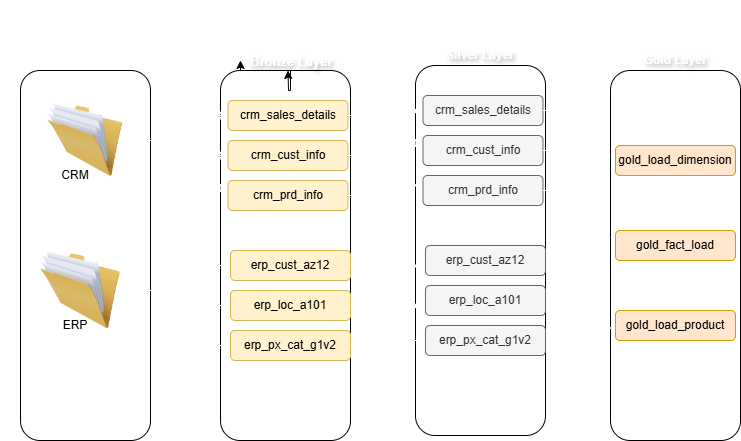
Earlier version of the draw.io export Data_flow.png (wolethomas78/sql_datawarehouse_project). Source tidied: cells renumbered, new cells last; positions are measured from the earlier drawing's top-left corner, leaving out a move shared by most shapes.
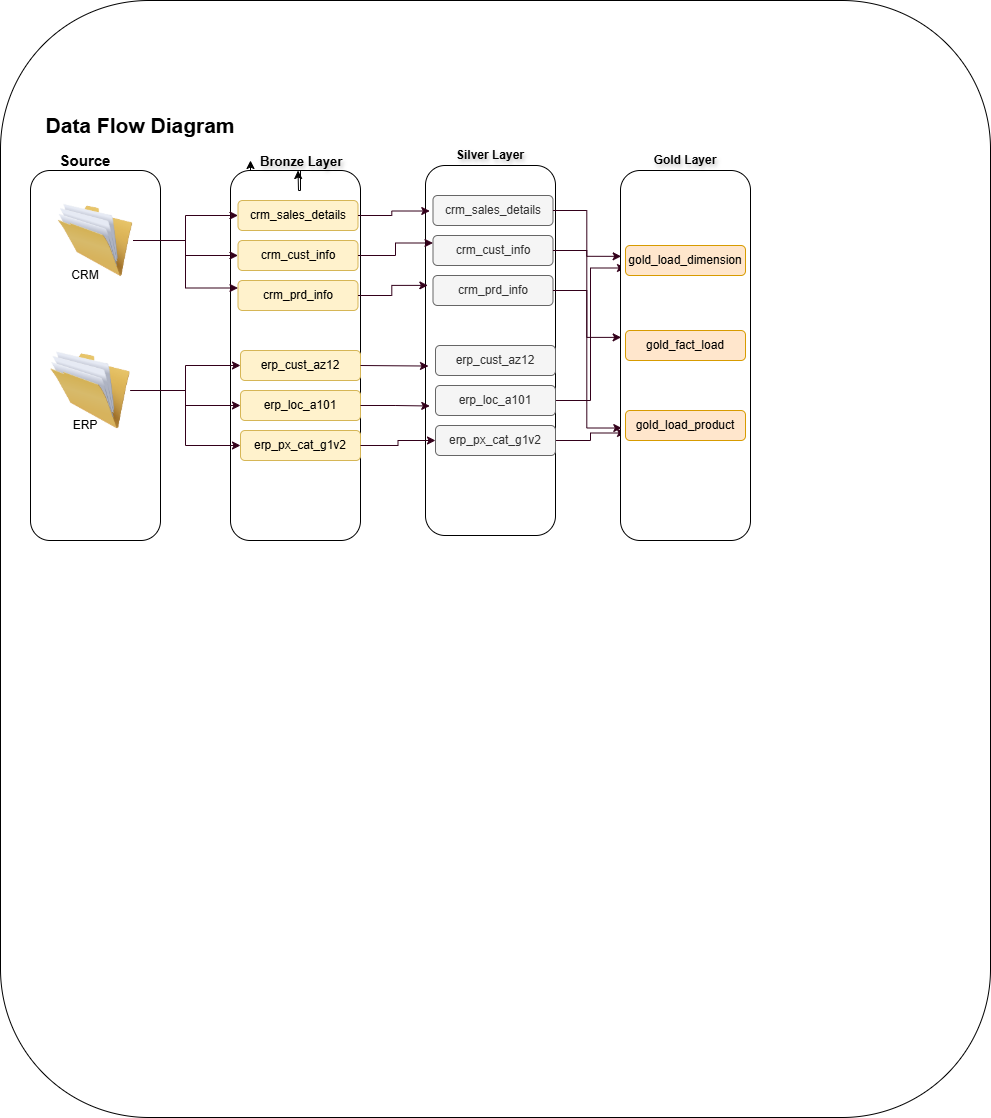
The same diagram one commit later.

What changed in the source:
```diff
@@ -2,13 +2,16 @@
   <root>
     <mxCell id="0" />
     <mxCell id="1" parent="0" />
+    <mxCell id="52" style="rounded=1;whiteSpace=wrap;html=1;fontColor=#000000;" parent="1" vertex="1">
+      <mxGeometry x="-10" y="-100" width="990" height="1117" as="geometry" />
+    </mxCell>
-    <mxCell id="2" value="&lt;b&gt;&lt;font style=&quot;font-size: 21px;&quot;&gt;Data Flow Diagram&lt;/font&gt;&lt;/b&gt;" style="text;html=1;align=center;verticalAlign=middle;whiteSpace=wrap;rounded=0;fontColor=#FFFFFF;" parent="1" vertex="1">
+    <mxCell id="2" value="&lt;b&gt;&lt;font style=&quot;font-size: 21px;&quot;&gt;Data Flow Diagram&lt;/font&gt;&lt;/b&gt;" style="text;html=1;align=center;verticalAlign=middle;whiteSpace=wrap;rounded=0;fontColor=#000000;" parent="1" vertex="1">
       <mxGeometry width="260" height="50" as="geometry" />
     </mxCell>
-    <mxCell id="3" value="Source" style="text;html=1;align=center;verticalAlign=middle;whiteSpace=wrap;rounded=0;fontSize=15;fontStyle=1;fontColor=#FFFFFF;" parent="1" vertex="1">
+    <mxCell id="3" value="Source" style="text;html=1;align=center;verticalAlign=middle;whiteSpace=wrap;rounded=0;fontSize=15;fontStyle=1;fontColor=#000000;" parent="1" vertex="1">
       <mxGeometry x="45" y="50" width="60" height="20" as="geometry" />
     </mxCell>
-    <mxCell id="4" style="group;" parent="1" vertex="1">
+    <mxCell id="4" style="group;fontColor=#000000;" parent="1" vertex="1">
       <mxGeometry x="220" y="50" width="130" height="390" as="geometry" />
     </mxCell>
     <mxCell id="5" style="rounded=1;whiteSpace=wrap;html=1;" parent="4" vertex="1">
@@ -24,7 +27,7 @@
         <mxPoint x="20" y="10" as="targetPoint" />
       </mxGeometry>
     </mxCell>
-    <mxCell id="8" value="&lt;font style=&quot;font-size: 13px;&quot;&gt;Bronze Layer&lt;/font&gt;" style="text;html=1;align=left;verticalAlign=middle;whiteSpace=wrap;rounded=0;fontSize=15;fontStyle=1;textShadow=1;fontColor=#FFFFFF;" parent="4" vertex="1">
+    <mxCell id="8" value="&lt;font style=&quot;font-size: 13px;&quot;&gt;Bronze Layer&lt;/font&gt;" style="text;html=1;align=left;verticalAlign=middle;whiteSpace=wrap;rounded=0;fontSize=15;fontStyle=1;textShadow=1;fontColor=#000000;" parent="4" vertex="1">
       <mxGeometry x="27.5" width="85" height="20" as="geometry" />
     </mxCell>
     <mxCell id="9" value="crm_sales_details" style="rounded=1;whiteSpace=wrap;html=1;fillColor=#fff2cc;strokeColor=#d6b656;" parent="4" vertex="1">
@@ -63,25 +66,25 @@
     <mxCell id="20" value="ERP" style="text;html=1;align=center;verticalAlign=middle;whiteSpace=wrap;rounded=0;" parent="15" vertex="1">
       <mxGeometry x="25" y="240" width="60" height="30" as="geometry" />
     </mxCell>
-    <mxCell id="21" style="edgeStyle=orthogonalEdgeStyle;rounded=0;jettySize=auto;html=1;strokeColor=#FFFFFF;" parent="1" edge="1" source="17" target="9">
+    <mxCell id="21" style="edgeStyle=orthogonalEdgeStyle;rounded=0;jettySize=auto;html=1;strokeColor=#33001A;fontColor=#000000;" parent="1" edge="1" source="17" target="9">
       <mxGeometry relative="1" as="geometry" />
     </mxCell>
-    <mxCell id="22" style="edgeStyle=orthogonalEdgeStyle;rounded=0;jettySize=auto;html=1;strokeColor=#FFFFFF;" parent="1" edge="1" source="17" target="10">
+    <mxCell id="22" style="edgeStyle=orthogonalEdgeStyle;rounded=0;jettySize=auto;html=1;strokeColor=#33001A;fontColor=#000000;" parent="1" edge="1" source="17" target="10">
       <mxGeometry relative="1" as="geometry" />
     </mxCell>
-    <mxCell id="23" style="edgeStyle=orthogonalEdgeStyle;rounded=0;jettySize=auto;html=1;entryX=0;entryY=0.25;entryDx=0;entryDy=0;strokeColor=#FFFFFF;" parent="1" edge="1" source="17" target="11">
+    <mxCell id="23" style="edgeStyle=orthogonalEdgeStyle;rounded=0;jettySize=auto;html=1;entryX=0;entryY=0.25;entryDx=0;entryDy=0;strokeColor=#33001A;fontColor=#33001A;" parent="1" edge="1" source="17" target="11">
       <mxGeometry relative="1" as="geometry" />
     </mxCell>
-    <mxCell id="24" style="edgeStyle=orthogonalEdgeStyle;rounded=0;jettySize=auto;html=1;strokeColor=#FFFFFF;" parent="1" edge="1" source="18" target="13">
+    <mxCell id="24" style="edgeStyle=orthogonalEdgeStyle;rounded=0;jettySize=auto;html=1;strokeColor=#33001A;fontColor=#000000;" parent="1" edge="1" source="18" target="13">
       <mxGeometry relative="1" as="geometry" />
     </mxCell>
-    <mxCell id="25" style="edgeStyle=orthogonalEdgeStyle;rounded=0;jettySize=auto;html=1;entryX=0;entryY=0.5;entryDx=0;entryDy=0;strokeColor=#FFFFFF;" parent="1" edge="1" source="18" target="12">
+    <mxCell id="25" style="edgeStyle=orthogonalEdgeStyle;rounded=0;jettySize=auto;html=1;entryX=0;entryY=0.5;entryDx=0;entryDy=0;strokeColor=#33001A;fontColor=#000000;" parent="1" edge="1" source="18" target="12">
       <mxGeometry relative="1" as="geometry" />
     </mxCell>
-    <mxCell id="26" style="edgeStyle=orthogonalEdgeStyle;rounded=0;jettySize=auto;html=1;strokeColor=#FFFFFF;" parent="1" edge="1" source="18" target="14">
+    <mxCell id="26" style="edgeStyle=orthogonalEdgeStyle;rounded=0;jettySize=auto;html=1;strokeColor=#33001A;fontColor=#000000;" parent="1" edge="1" source="18" target="14">
       <mxGeometry relative="1" as="geometry" />
     </mxCell>
-    <mxCell id="27" style="rounded=1;whiteSpace=wrap;html=1;" parent="1" vertex="1">
+    <mxCell id="27" style="rounded=1;whiteSpace=wrap;html=1;fontColor=#000000;" parent="1" vertex="1">
       <mxGeometry x="415" y="65" width="130" height="370" as="geometry" />
     </mxCell>
     <mxCell id="28" value="crm_sales_details" style="rounded=1;whiteSpace=wrap;html=1;fillColor=#f5f5f5;strokeColor=#666666;fontColor=#333333;" parent="1" vertex="1">
@@ -93,43 +96,43 @@
     <mxCell id="30" value="crm_prd_info" style="rounded=1;whiteSpace=wrap;html=1;fillColor=#f5f5f5;strokeColor=#666666;fontColor=#333333;" parent="1" vertex="1">
       <mxGeometry x="422.5" y="175" width="120" height="30" as="geometry" />
     </mxCell>
-    <mxCell id="31" style="edgeStyle=orthogonalEdgeStyle;rounded=0;jettySize=auto;html=1;entryX=0;entryY=0.25;entryDx=0;entryDy=0;strokeColor=#FFFFFF;" parent="1" edge="1" source="32" target="44">
+    <mxCell id="31" style="edgeStyle=orthogonalEdgeStyle;rounded=0;jettySize=auto;html=1;entryX=0;entryY=0.25;entryDx=0;entryDy=0;strokeColor=#FFFFFF;fontColor=#000000;" parent="1" edge="1" source="32" target="44">
       <mxGeometry relative="1" as="geometry" />
     </mxCell>
     <mxCell id="32" value="erp_cust_az12" style="rounded=1;whiteSpace=wrap;html=1;fillColor=#f5f5f5;strokeColor=#666666;fontColor=#333333;" parent="1" vertex="1">
       <mxGeometry x="425" y="245" width="120" height="30" as="geometry" />
     </mxCell>
-    <mxCell id="33" style="edgeStyle=orthogonalEdgeStyle;rounded=0;jettySize=auto;html=1;entryX=0;entryY=0.75;entryDx=0;entryDy=0;strokeColor=#FFFFFF;" parent="1" edge="1" source="34" target="45">
+    <mxCell id="33" style="edgeStyle=orthogonalEdgeStyle;rounded=0;jettySize=auto;html=1;entryX=0;entryY=0.75;entryDx=0;entryDy=0;strokeColor=#33001A;fontColor=#000000;" parent="1" edge="1" source="34" target="45">
       <mxGeometry relative="1" as="geometry" />
     </mxCell>
     <mxCell id="34" value="erp_loc_a101" style="rounded=1;whiteSpace=wrap;html=1;fillColor=#f5f5f5;strokeColor=#666666;fontColor=#333333;" parent="1" vertex="1">
       <mxGeometry x="425" y="285" width="120" height="30" as="geometry" />
     </mxCell>
-    <mxCell id="35" style="edgeStyle=orthogonalEdgeStyle;rounded=0;jettySize=auto;html=1;entryX=0;entryY=0.75;entryDx=0;entryDy=0;strokeColor=#FFFFFF;" parent="1" edge="1" source="36" target="47">
+    <mxCell id="35" style="edgeStyle=orthogonalEdgeStyle;rounded=0;jettySize=auto;html=1;entryX=0;entryY=0.75;entryDx=0;entryDy=0;strokeColor=#33001A;fontColor=#000000;" parent="1" edge="1" source="36" target="47">
       <mxGeometry relative="1" as="geometry" />
     </mxCell>
     <mxCell id="36" value="erp_px_cat_g1v2" style="rounded=1;whiteSpace=wrap;html=1;fillColor=#f5f5f5;strokeColor=#666666;fontColor=#333333;" parent="1" vertex="1">
       <mxGeometry x="425" y="325" width="120" height="30" as="geometry" />
     </mxCell>
-    <mxCell id="37" value="&lt;b&gt;Silver Layer&lt;/b&gt;" style="text;html=1;align=center;verticalAlign=middle;whiteSpace=wrap;rounded=0;textShadow=1;fontColor=#FFFFFF;" parent="1" vertex="1">
+    <mxCell id="37" value="&lt;b&gt;Silver Layer&lt;/b&gt;" style="text;html=1;align=center;verticalAlign=middle;whiteSpace=wrap;rounded=0;textShadow=1;fontColor=#000000;" parent="1" vertex="1">
       <mxGeometry x="440" y="40" width="80" height="30" as="geometry" />
     </mxCell>
-    <mxCell id="38" style="edgeStyle=orthogonalEdgeStyle;rounded=0;jettySize=auto;html=1;entryX=0.033;entryY=0.123;entryDx=0;entryDy=0;entryPerimeter=0;strokeColor=#FFFFFF;" parent="1" edge="1" source="9" target="27">
+    <mxCell id="38" style="edgeStyle=orthogonalEdgeStyle;rounded=0;jettySize=auto;html=1;entryX=0.033;entryY=0.123;entryDx=0;entryDy=0;entryPerimeter=0;strokeColor=#33001A;fontColor=#000000;" parent="1" edge="1" source="9" target="27">
       <mxGeometry relative="1" as="geometry" />
     </mxCell>
-    <mxCell id="39" style="edgeStyle=orthogonalEdgeStyle;rounded=0;jettySize=auto;html=1;entryX=0;entryY=0.25;entryDx=0;entryDy=0;strokeColor=#FFFFFF;" parent="1" edge="1" source="10" target="29">
+    <mxCell id="39" style="edgeStyle=orthogonalEdgeStyle;rounded=0;jettySize=auto;html=1;entryX=0;entryY=0.25;entryDx=0;entryDy=0;strokeColor=#33001A;fontColor=#000000;" parent="1" edge="1" source="10" target="29">
       <mxGeometry relative="1" as="geometry" />
     </mxCell>
-    <mxCell id="40" style="edgeStyle=orthogonalEdgeStyle;rounded=0;jettySize=auto;html=1;entryX=0.018;entryY=0.324;entryDx=0;entryDy=0;entryPerimeter=0;strokeColor=#FFFFFF;" parent="1" edge="1" source="11" target="27">
+    <mxCell id="40" style="edgeStyle=orthogonalEdgeStyle;rounded=0;jettySize=auto;html=1;entryX=0.018;entryY=0.324;entryDx=0;entryDy=0;entryPerimeter=0;strokeColor=#33001A;fontColor=#000000;" parent="1" edge="1" source="11" target="27">
       <mxGeometry relative="1" as="geometry" />
     </mxCell>
-    <mxCell id="41" style="edgeStyle=orthogonalEdgeStyle;rounded=0;jettySize=auto;html=1;entryX=0.023;entryY=0.542;entryDx=0;entryDy=0;entryPerimeter=0;strokeColor=#FFFFFF;" parent="1" edge="1" source="12" target="27">
+    <mxCell id="41" style="edgeStyle=orthogonalEdgeStyle;rounded=0;jettySize=auto;html=1;entryX=0.023;entryY=0.542;entryDx=0;entryDy=0;entryPerimeter=0;strokeColor=#33001A;fontColor=#000000;" parent="1" edge="1" source="12" target="27">
       <mxGeometry relative="1" as="geometry" />
     </mxCell>
-    <mxCell id="42" style="edgeStyle=orthogonalEdgeStyle;rounded=0;jettySize=auto;html=1;entryX=0.033;entryY=0.65;entryDx=0;entryDy=0;entryPerimeter=0;strokeColor=#FFFFFF;" parent="1" edge="1" source="13" target="27">
+    <mxCell id="42" style="edgeStyle=orthogonalEdgeStyle;rounded=0;jettySize=auto;html=1;entryX=0.033;entryY=0.65;entryDx=0;entryDy=0;entryPerimeter=0;strokeColor=#33001A;fontColor=#000000;" parent="1" edge="1" source="13" target="27">
       <mxGeometry relative="1" as="geometry" />
     </mxCell>
-    <mxCell id="43" style="edgeStyle=orthogonalEdgeStyle;rounded=0;jettySize=auto;html=1;entryX=0;entryY=0.5;entryDx=0;entryDy=0;strokeColor=#FFFFFF;" parent="1" edge="1" source="14" target="36">
+    <mxCell id="43" style="edgeStyle=orthogonalEdgeStyle;rounded=0;jettySize=auto;html=1;entryX=0;entryY=0.5;entryDx=0;entryDy=0;strokeColor=#33001A;fontColor=#000000;" parent="1" edge="1" source="14" target="36">
       <mxGeometry relative="1" as="geometry" />
     </mxCell>
     <mxCell id="44" style="rounded=1;whiteSpace=wrap;html=1;" parent="1" vertex="1">
@@ -144,16 +147,16 @@
     <mxCell id="47" value="gold_load_product" style="rounded=1;whiteSpace=wrap;html=1;fillColor=#ffe6cc;strokeColor=#d79b00;" parent="1" vertex="1">
       <mxGeometry x="615" y="310" width="120" height="30" as="geometry" />
     </mxCell>
-    <mxCell id="48" value="&lt;b&gt;Gold Layer&lt;/b&gt;" style="text;html=1;align=center;verticalAlign=middle;whiteSpace=wrap;rounded=0;textShadow=1;fontColor=#FFFFFF;" parent="1" vertex="1">
+    <mxCell id="48" value="&lt;b&gt;Gold Layer&lt;/b&gt;" style="text;html=1;align=center;verticalAlign=middle;whiteSpace=wrap;rounded=0;textShadow=1;fontColor=#000000;" parent="1" vertex="1">
       <mxGeometry x="635" y="45" width="80" height="30" as="geometry" />
     </mxCell>
-    <mxCell id="49" style="edgeStyle=orthogonalEdgeStyle;rounded=0;jettySize=auto;html=1;entryX=0.005;entryY=0.451;entryDx=0;entryDy=0;entryPerimeter=0;strokeColor=#FFFFFF;" parent="1" edge="1" source="28" target="44">
+    <mxCell id="49" style="edgeStyle=orthogonalEdgeStyle;rounded=0;jettySize=auto;html=1;entryX=0.005;entryY=0.451;entryDx=0;entryDy=0;entryPerimeter=0;strokeColor=#33001A;fontColor=#000000;" parent="1" edge="1" source="28" target="44">
       <mxGeometry relative="1" as="geometry" />
     </mxCell>
-    <mxCell id="50" style="edgeStyle=orthogonalEdgeStyle;rounded=0;jettySize=auto;html=1;entryX=0.005;entryY=0.232;entryDx=0;entryDy=0;entryPerimeter=0;strokeColor=#FFFFFF;" parent="1" edge="1" source="29" target="44">
+    <mxCell id="50" style="edgeStyle=orthogonalEdgeStyle;rounded=0;jettySize=auto;html=1;entryX=0.005;entryY=0.232;entryDx=0;entryDy=0;entryPerimeter=0;strokeColor=#33001A;fontColor=#000000;" parent="1" edge="1" source="29" target="44">
       <mxGeometry relative="1" as="geometry" />
     </mxCell>
-    <mxCell id="51" style="edgeStyle=orthogonalEdgeStyle;rounded=0;jettySize=auto;html=1;entryX=0.01;entryY=0.696;entryDx=0;entryDy=0;entryPerimeter=0;strokeColor=#FFFFFF;" parent="1" edge="1" source="30" target="44">
+    <mxCell id="51" style="edgeStyle=orthogonalEdgeStyle;rounded=0;jettySize=auto;html=1;entryX=0.01;entryY=0.696;entryDx=0;entryDy=0;entryPerimeter=0;strokeColor=#33001A;fontColor=#000000;" parent="1" edge="1" source="30" target="44">
       <mxGeometry relative="1" as="geometry" />
     </mxCell>
   </root>
```
